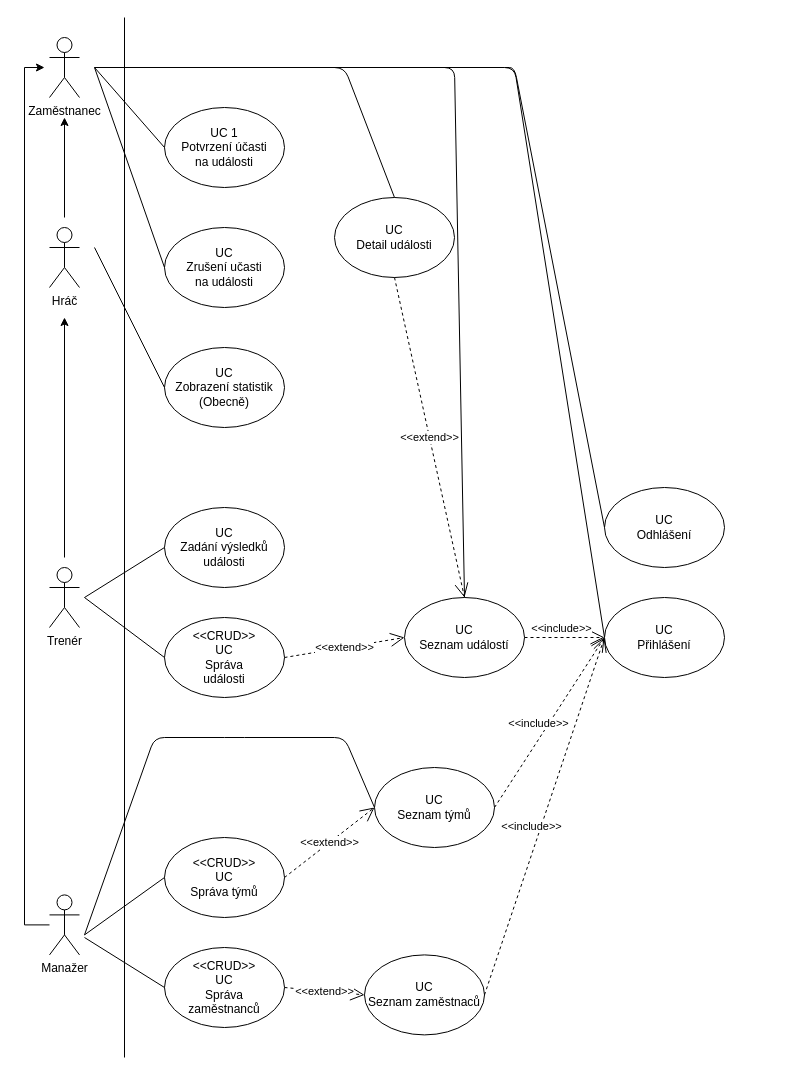
This is UseCaseDiagram.drawio from dminikm/EsportsIS, a draw.io file, before an edit. Source tidied: cells renumbered, new cells numbered last; positions are measured from the earlier drawing's top-left corner, leaving out a move shared by most shapes. Both pictures are drawn from the tidied source at 100%, with x=0, y=0 at pixel (24, 17).
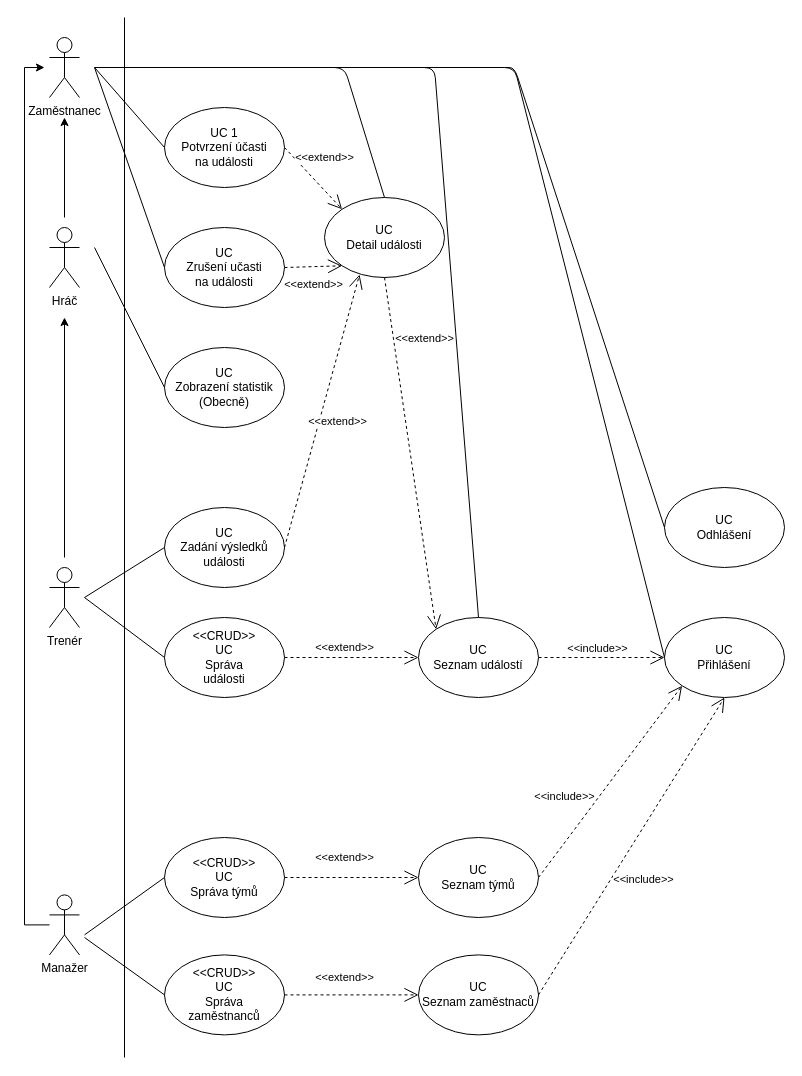
Above is the later version.

Unchanged cells that the change refers to:
```xml
<mxCell id="15" value="&amp;lt;&amp;lt;CRUD&amp;gt;&amp;gt;&lt;br&gt;UC&lt;br&gt;Správa týmů" style="ellipse;whiteSpace=wrap;html=1;" parent="1" vertex="1">
  <mxGeometry x="140" y="820" width="120" height="80" as="geometry" />
</mxCell>
<mxCell id="21" value="&amp;lt;&amp;lt;CRUD&amp;gt;&amp;gt;&lt;br&gt;UC&lt;br&gt;Správa&lt;br&gt;události" style="ellipse;whiteSpace=wrap;html=1;" parent="1" vertex="1">
  <mxGeometry x="140" y="600" width="120" height="80" as="geometry" />
</mxCell>
<mxCell id="23" value="UC 1&lt;br&gt;Potvrzení účasti&lt;br&gt;na události" style="ellipse;whiteSpace=wrap;html=1;" parent="1" vertex="1">
  <mxGeometry x="140" y="90" width="120" height="80" as="geometry" />
</mxCell>
<mxCell id="27" value="UC&lt;br&gt;Zrušení učasti&lt;br&gt;na události" style="ellipse;whiteSpace=wrap;html=1;" parent="1" vertex="1">
  <mxGeometry x="140" y="210" width="120" height="80" as="geometry" />
</mxCell>
<mxCell id="30" value="UC&lt;br&gt;Zadání výsledků&lt;br&gt;události" style="ellipse;whiteSpace=wrap;html=1;" parent="1" vertex="1">
  <mxGeometry x="140" y="490" width="120" height="80" as="geometry" />
</mxCell>
```

What changed in the source:
```diff
@@
     <mxCell id="10" value="UC&lt;br&gt;Přihlášení" style="ellipse;whiteSpace=wrap;html=1;" parent="1" vertex="1">
-      <mxGeometry x="580" y="580" width="120" height="80" as="geometry" />
+      <mxGeometry x="640" y="600" width="120" height="80" as="geometry" />
     </mxCell>
     <mxCell id="11" value="UC&lt;br&gt;Odhlášení" style="ellipse;whiteSpace=wrap;html=1;" parent="1" vertex="1">
-      <mxGeometry x="580" y="470" width="120" height="80" as="geometry" />
+      <mxGeometry x="640" y="470" width="120" height="80" as="geometry" />
     </mxCell>
     <mxCell id="12" value="UC&lt;br&gt;Seznam týmů" style="ellipse;whiteSpace=wrap;html=1;" parent="1" vertex="1">
-      <mxGeometry x="350" y="750" width="120" height="80" as="geometry" />
+      <mxGeometry x="394" y="820" width="120" height="80" as="geometry" />
     </mxCell>
@@
     <mxCell id="17" value="UC&lt;br&gt;Seznam událostí" style="ellipse;whiteSpace=wrap;html=1;" parent="1" vertex="1">
-      <mxGeometry x="380" y="580" width="120" height="80" as="geometry" />
+      <mxGeometry x="394" y="600" width="120" height="80" as="geometry" />
     </mxCell>
-    <mxCell id="18" style="endArrow=none;html=1;exitX=0;exitY=0.5;exitDx=0;exitDy=0;" parent="1" edge="1" source="12">
-      <mxGeometry relative="1" as="geometry">
-        <mxPoint x="60" y="917.4" as="targetPoint" />
-        <Array as="points">
-          <mxPoint x="320" y="720" />
-          <mxPoint x="210" y="720" />
-          <mxPoint x="130" y="720" />
-        </Array>
-      </mxGeometry>
-    </mxCell>
     <mxCell id="19" value="UC&lt;br&gt;Seznam zaměstnaců" style="ellipse;whiteSpace=wrap;html=1;" parent="1" vertex="1">
-      <mxGeometry x="340" y="937.4" width="120" height="80" as="geometry" />
+      <mxGeometry x="394" y="937.4" width="120" height="80" as="geometry" />
     </mxCell>
     <mxCell id="20" value="&amp;lt;&amp;lt;CRUD&amp;gt;&amp;gt;&lt;br&gt;UC&lt;br&gt;Správa&lt;br&gt;zaměstnanců" style="ellipse;whiteSpace=wrap;html=1;" parent="1" vertex="1">
-      <mxGeometry x="140" y="930" width="120" height="80" as="geometry" />
+      <mxGeometry x="140" y="937.4" width="120" height="80" as="geometry" />
     </mxCell>
@@
     <mxCell id="24" style="endArrow=none;html=1;entryX=0.5;entryY=0;entryDx=0;entryDy=0;" parent="1" edge="1" target="17">
       <mxGeometry relative="1" as="geometry">
         <mxPoint x="260" y="50" as="sourcePoint" />
         <Array as="points">
-          <mxPoint x="430" y="50" />
+          <mxPoint x="410" y="50" />
         </Array>
       </mxGeometry>
     </mxCell>
     <mxCell id="25" value="UC&lt;br&gt;Detail události" style="ellipse;whiteSpace=wrap;html=1;" parent="1" vertex="1">
-      <mxGeometry x="310" y="180" width="120" height="80" as="geometry" />
+      <mxGeometry x="300" y="180" width="120" height="80" as="geometry" />
     </mxCell>
@@
     <mxCell id="33" value="&amp;lt;&amp;lt;extend&amp;gt;&amp;gt;" style="endArrow=open;endSize=12;dashed=1;html=1;exitX=1;exitY=0.5;exitDx=0;exitDy=0;entryX=0;entryY=0.5;entryDx=0;entryDy=0;" parent="1" edge="1" source="20" target="19">
-      <mxGeometry relative="1" as="geometry" />
+      <mxGeometry x="-0.11" y="17" relative="1" as="geometry" />
     </mxCell>
     <mxCell id="34" value="&amp;lt;&amp;lt;extend&amp;gt;&amp;gt;" style="endArrow=open;endSize=12;dashed=1;html=1;exitX=1;exitY=0.5;exitDx=0;exitDy=0;entryX=0;entryY=0.5;entryDx=0;entryDy=0;" parent="1" edge="1" source="15" target="12">
-      <mxGeometry relative="1" as="geometry" />
+      <mxGeometry x="-0.11" y="20" relative="1" as="geometry" />
     </mxCell>
-    <mxCell id="35" value="&amp;lt;&amp;lt;include&amp;gt;&amp;gt;" style="endArrow=open;endSize=12;dashed=1;html=1;exitX=1;exitY=0.5;exitDx=0;exitDy=0;" parent="1" edge="1" source="12">
-      <mxGeometry x="-0.07" y="9" relative="1" as="geometry">
-        <mxPoint x="580" y="620" as="targetPoint" />
-      </mxGeometry>
+    <mxCell id="35" value="&amp;lt;&amp;lt;include&amp;gt;&amp;gt;" style="endArrow=open;endSize=12;dashed=1;html=1;exitX=1;exitY=0.5;exitDx=0;exitDy=0;entryX=0;entryY=1;entryDx=0;entryDy=0;" parent="1" edge="1" source="12" target="10">
+      <mxGeometry x="-0.33" y="28" relative="1" as="geometry" />
     </mxCell>
-    <mxCell id="36" value="&amp;lt;&amp;lt;include&amp;gt;&amp;gt;" style="endArrow=open;endSize=12;dashed=1;html=1;entryX=0;entryY=0.5;entryDx=0;entryDy=0;exitX=1;exitY=0.5;exitDx=0;exitDy=0;" parent="1" edge="1" source="19" target="10">
-      <mxGeometry x="-0.07" y="9" relative="1" as="geometry" />
+    <mxCell id="36" value="&amp;lt;&amp;lt;include&amp;gt;&amp;gt;" style="endArrow=open;endSize=12;dashed=1;html=1;entryX=0.5;entryY=1;entryDx=0;entryDy=0;exitX=1;exitY=0.5;exitDx=0;exitDy=0;" parent="1" edge="1" source="19" target="10">
+      <mxGeometry x="-0.12" y="-29" relative="1" as="geometry">
+        <mxPoint x="-1" as="offset" />
+      </mxGeometry>
     </mxCell>
     <mxCell id="37" value="&amp;lt;&amp;lt;extend&amp;gt;&amp;gt;" style="endArrow=open;endSize=12;dashed=1;html=1;exitX=1;exitY=0.5;exitDx=0;exitDy=0;entryX=0;entryY=0.5;entryDx=0;entryDy=0;" parent="1" edge="1" source="21" target="17">
-      <mxGeometry relative="1" as="geometry" />
+      <mxGeometry x="-0.11" y="10" relative="1" as="geometry" />
     </mxCell>
-    <mxCell id="38" value="&amp;lt;&amp;lt;extend&amp;gt;&amp;gt;" style="endArrow=open;endSize=12;dashed=1;html=1;exitX=0.5;exitY=1;exitDx=0;exitDy=0;entryX=0.5;entryY=0;entryDx=0;entryDy=0;" parent="1" edge="1" source="25" target="17">
-      <mxGeometry relative="1" as="geometry" />
+    <mxCell id="38" value="&amp;lt;&amp;lt;extend&amp;gt;&amp;gt;" style="endArrow=open;endSize=12;dashed=1;html=1;exitX=0.5;exitY=1;exitDx=0;exitDy=0;entryX=0;entryY=0;entryDx=0;entryDy=0;" parent="1" edge="1" source="25" target="17">
+      <mxGeometry x="-0.63" y="31" relative="1" as="geometry" />
     </mxCell>
@@
+    <mxCell id="42" value="&amp;lt;&amp;lt;extend&amp;gt;&amp;gt;" style="endArrow=open;endSize=12;dashed=1;html=1;exitX=1;exitY=0.5;exitDx=0;exitDy=0;entryX=0;entryY=1;entryDx=0;entryDy=0;" parent="1" edge="1" source="27" target="25">
+      <mxGeometry x="-0.04" y="-18" relative="1" as="geometry" />
+    </mxCell>
+    <mxCell id="43" value="&amp;lt;&amp;lt;extend&amp;gt;&amp;gt;" style="endArrow=open;endSize=12;dashed=1;html=1;exitX=1;exitY=0.5;exitDx=0;exitDy=0;entryX=0;entryY=0;entryDx=0;entryDy=0;" parent="1" edge="1" source="23" target="25">
+      <mxGeometry x="-0.18" y="22" relative="1" as="geometry">
+        <mxPoint y="-1" as="offset" />
+      </mxGeometry>
+    </mxCell>
+    <mxCell id="44" value="&amp;lt;&amp;lt;extend&amp;gt;&amp;gt;" style="endArrow=open;endSize=12;dashed=1;html=1;exitX=1;exitY=0.5;exitDx=0;exitDy=0;entryX=0.292;entryY=0.963;entryDx=0;entryDy=0;entryPerimeter=0;" parent="1" edge="1" source="30" target="25">
+      <mxGeometry x="-0.04" y="-18" relative="1" as="geometry" />
+    </mxCell>
```
